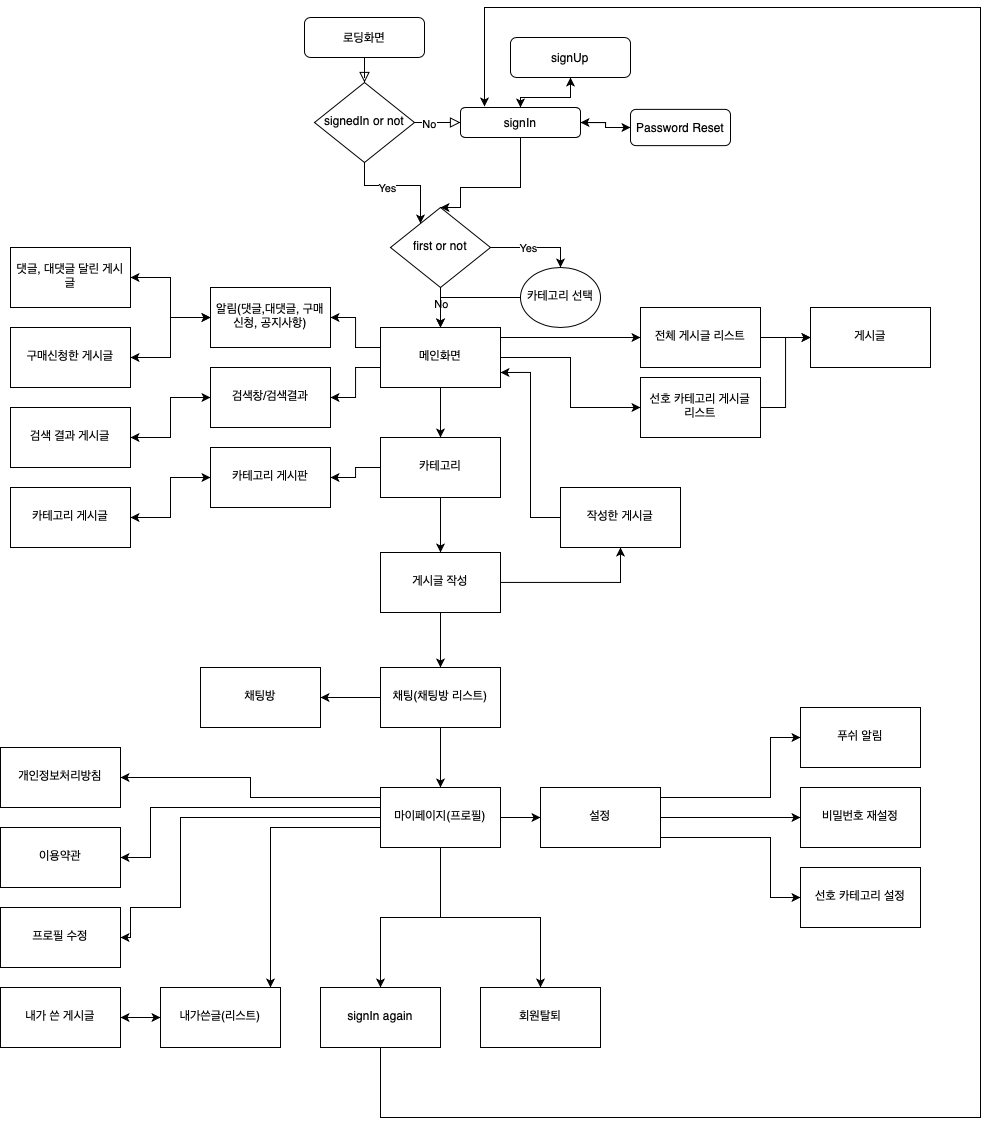
coolgogi/H-Safari keeps this draw.io diagram as pdf/h_safari.png. Above is the earlier version. Source tidied: cells renumbered, new cells last; positions are measured from the earlier drawing's top-left corner, leaving out a move shared by most shapes.
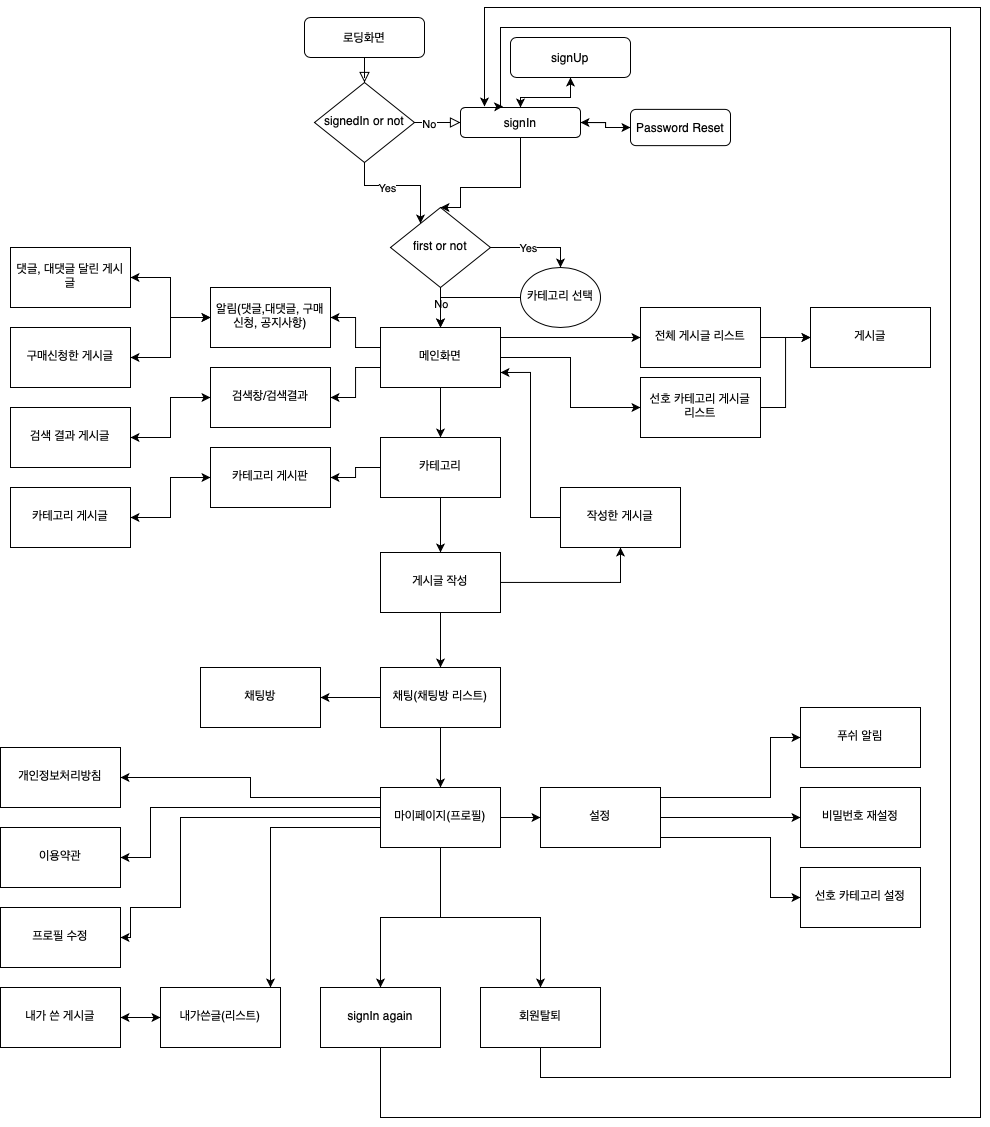
The same diagram one commit later.

Diff of the diagram source:
```diff
@@ -308,6 +308,17 @@
     <mxCell id="79" value="선호 카테고리 설정" style="whiteSpace=wrap;html=1;shadow=0;strokeWidth=1;spacing=6;spacingTop=-4;" parent="1" vertex="1">
       <mxGeometry x="800" y="860" width="120" height="60" as="geometry" />
     </mxCell>
+    <mxCell id="87" style="edgeStyle=orthogonalEdgeStyle;rounded=0;jettySize=auto;html=1;entryX=0.355;entryY=-0.035;entryDx=0;entryDy=0;entryPerimeter=0;" parent="1" edge="1" source="80" target="12">
+      <mxGeometry relative="1" as="geometry">
+        <Array as="points">
+          <mxPoint x="540" y="1070" />
+          <mxPoint x="950" y="1070" />
+          <mxPoint x="950" y="20" />
+          <mxPoint x="500" y="20" />
+          <mxPoint x="500" y="99" />
+        </Array>
+      </mxGeometry>
+    </mxCell>
     <mxCell id="80" value="회원탈퇴" style="whiteSpace=wrap;html=1;shadow=0;strokeWidth=1;spacing=6;spacingTop=-4;" parent="1" vertex="1">
       <mxGeometry x="480" y="980" width="120" height="60" as="geometry" />
     </mxCell>
```
